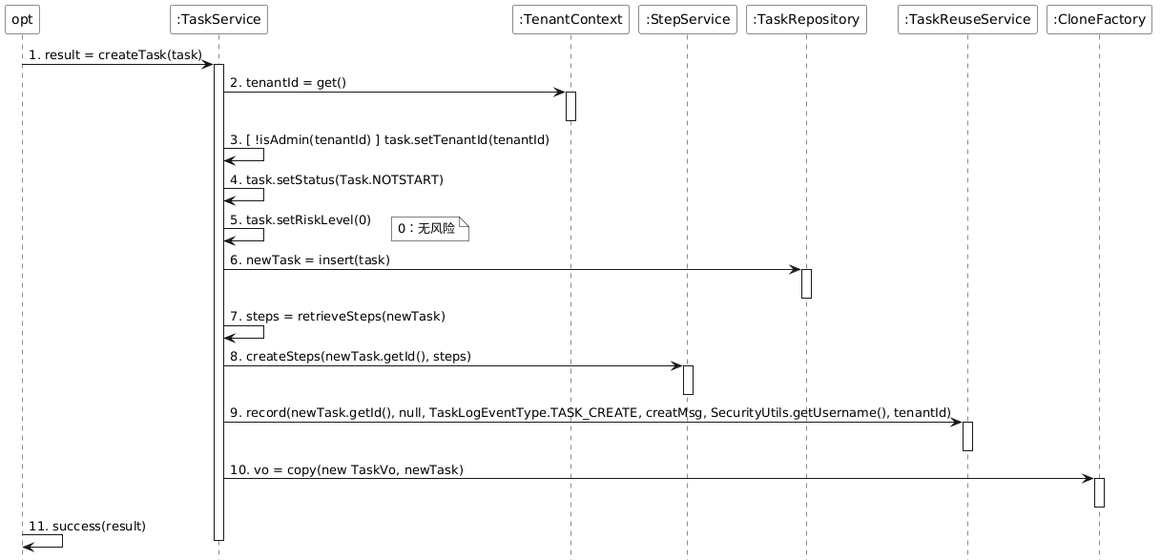
Above: doc/taskmgt/png/sequence/createTaskSequence.png in laborday922/RobotBackendManagementSystem (PlantUML), before the change.
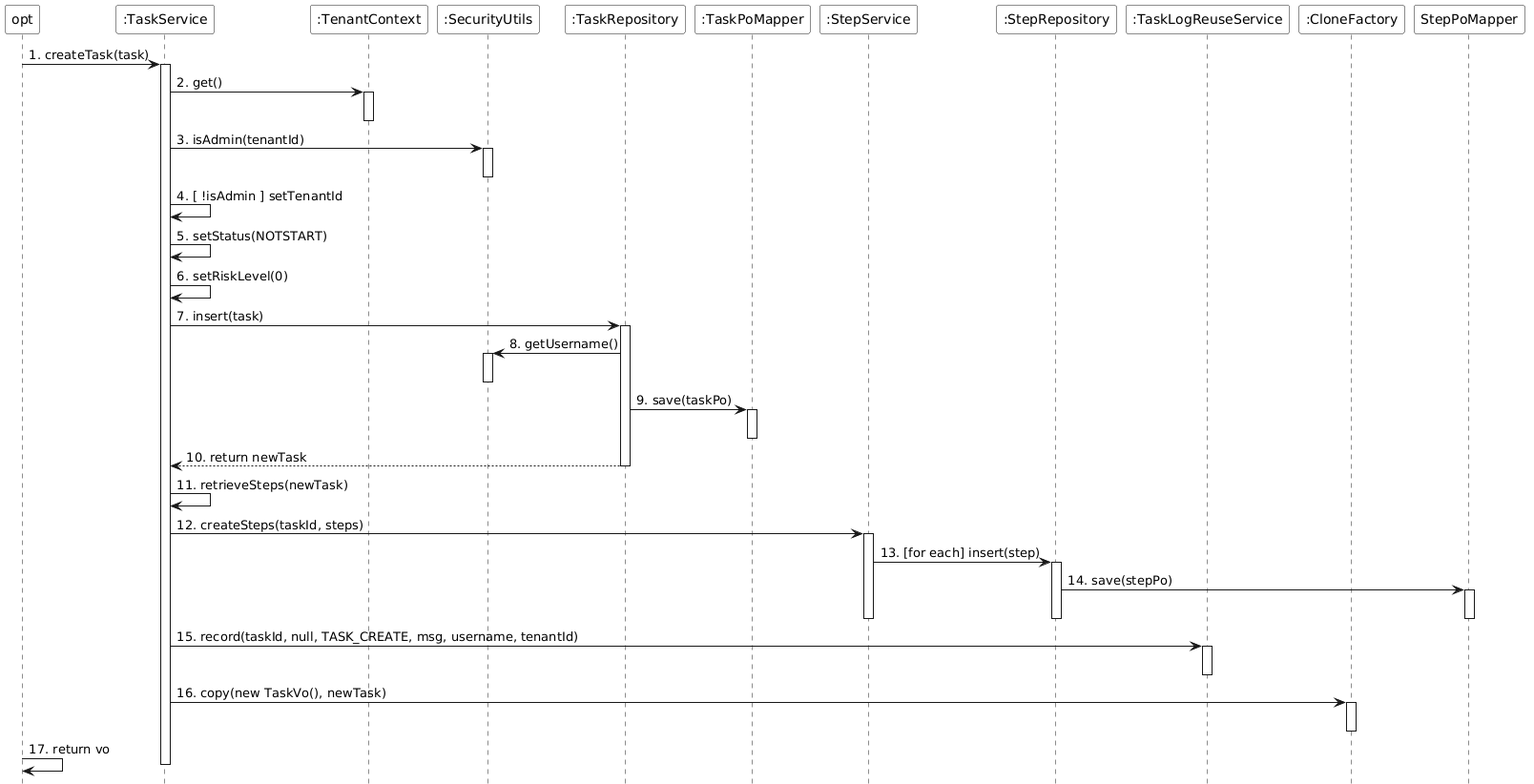
After the commit.

Diff of the diagram source:
```diff
@@ -11,44 +11,59 @@
 participant "opt" as opt
 participant ":TaskService" as TaskService
 participant ":TenantContext" as TenantContext
+participant ":SecurityUtils" as SecurityUtils
+participant ":TaskRepository" as TaskRepository
+participant ":TaskPoMapper" as TaskPoMapper
 participant ":StepService" as StepService
-participant ":TaskRepository" as TaskRepository
-participant ":TaskReuseService" as TaskReuseService
+participant ":StepRepository" as StepRepository
+participant ":TaskLogReuseService" as TaskLogReuseService
 participant ":CloneFactory" as CloneFactory
 
-opt -> TaskService : 1. result = createTask(task)
+opt -> TaskService : 1. createTask(task)
 activate TaskService
 
-TaskService -> TenantContext : 2. tenantId = get()
+TaskService -> TenantContext : 2. get()
 activate TenantContext
 deactivate TenantContext
+TaskService -> SecurityUtils : 3. isAdmin(tenantId)
+activate SecurityUtils
+deactivate SecurityUtils
+TaskService -> TaskService : 4. [ !isAdmin ] setTenantId
 
-TaskService -> TaskService : 3. [ !isAdmin(tenantId) ] task.setTenantId(tenantId)
+TaskService -> TaskService : 5. setStatus(NOTSTART)
+TaskService -> TaskService : 6. setRiskLevel(0)
 
-TaskService -> TaskService : 4. task.setStatus(Task.NOTSTART)
-
-TaskService -> TaskService : 5. task.setRiskLevel(0)
-note right : 0：无风险
-
-TaskService -> TaskRepository : 6. newTask = insert(task)
+TaskService -> TaskRepository : 7. insert(task)
 activate TaskRepository
+TaskRepository -> SecurityUtils : 8. getUsername()
+activate SecurityUtils
+deactivate SecurityUtils
+TaskRepository -> TaskPoMapper : 9. save(taskPo)
+activate TaskPoMapper
+deactivate TaskPoMapper
+TaskRepository --> TaskService : 10. return newTask
 deactivate TaskRepository
 
-TaskService -> TaskService : 7. steps = retrieveSteps(newTask)
+TaskService -> TaskService : 11. retrieveSteps(newTask)
 
-TaskService -> StepService : 8. createSteps(newTask.getId(), steps)
+TaskService -> StepService : 12. createSteps(taskId, steps)
 activate StepService
+StepService -> StepRepository : 13. [for each] insert(step)
+activate StepRepository
+StepRepository -> StepPoMapper : 14. save(stepPo)
+activate StepPoMapper
+deactivate StepPoMapper
+deactivate StepRepository
 deactivate StepService
 
-TaskService -> TaskReuseService : 9. record(newTask.getId(), null, TaskLogEventType.TASK_CREATE, creatMsg, SecurityUtils.getUsername(), tenantId)
-activate TaskReuseService
-deactivate TaskReuseService
+TaskService -> TaskLogReuseService : 15. record(taskId, null, TASK_CREATE, msg, username, tenantId)
+activate TaskLogReuseService
+deactivate TaskLogReuseService
 
-TaskService -> CloneFactory : 10. vo = copy(new TaskVo, newTask)
+TaskService -> CloneFactory : 16. copy(new TaskVo(), newTask)
 activate CloneFactory
 deactivate CloneFactory
 
-opt -> opt : 11. success(result)
-
+opt -> opt : 17. return vo
 deactivate TaskService
 @enduml
```
